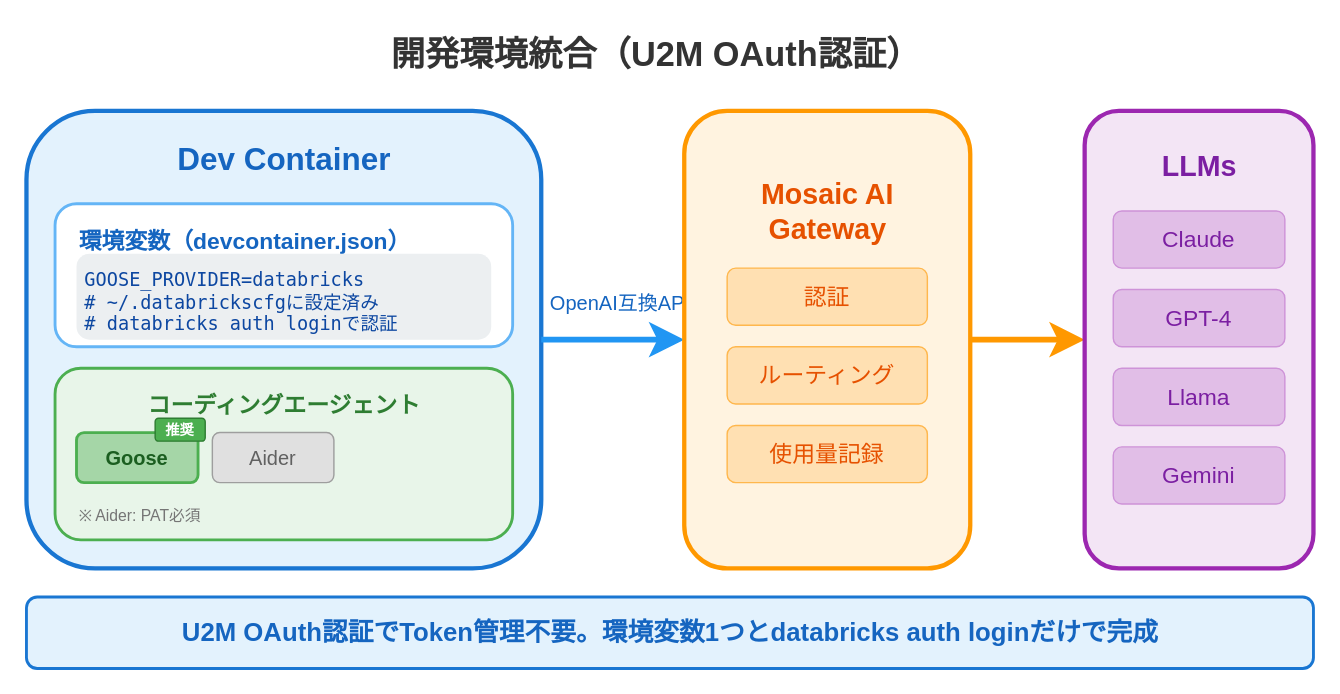
This is assets/2026-01-27-jedai-ai-gateway/dev-environment.drawio from i9wa4/i9wa4.github.io, a draw.io file, before an edit. Source tidied: cells renumbered, new cells numbered last; positions are measured from the earlier drawing's top-left corner, leaving out a move shared by most shapes. Both pictures are drawn from the tidied source at 143%, with x=0, y=0 at pixel (26, 24).
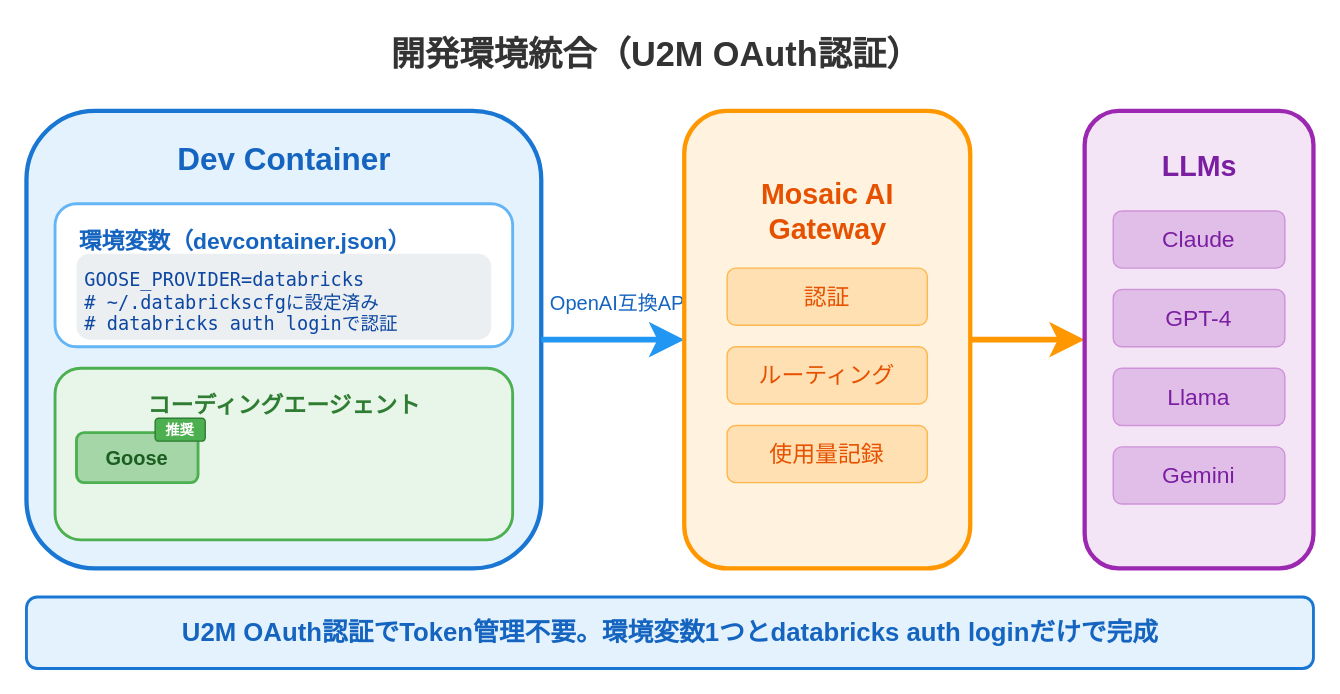
Above is the later version.

What changed in the source:
```diff
@@
-    <mxCell id="12" value="Aider" style="rounded=1;whiteSpace=wrap;html=1;fillColor=#E0E0E0;strokeColor=#9E9E9E;fontSize=14;fontFamily=Noto Sans JP;fontColor=#616161;" parent="1" vertex="1">
-      <mxGeometry x="130" y="285" width="85" height="35" as="geometry" />
-    </mxCell>
-    <mxCell id="13" value="※ Aider: PAT必須" style="text;html=1;fontSize=11;fontFamily=Noto Sans JP;fontColor=#757575;align=left;" parent="1" vertex="1">
-      <mxGeometry x="35" y="330" width="120" height="20" as="geometry" />
-    </mxCell>
```
